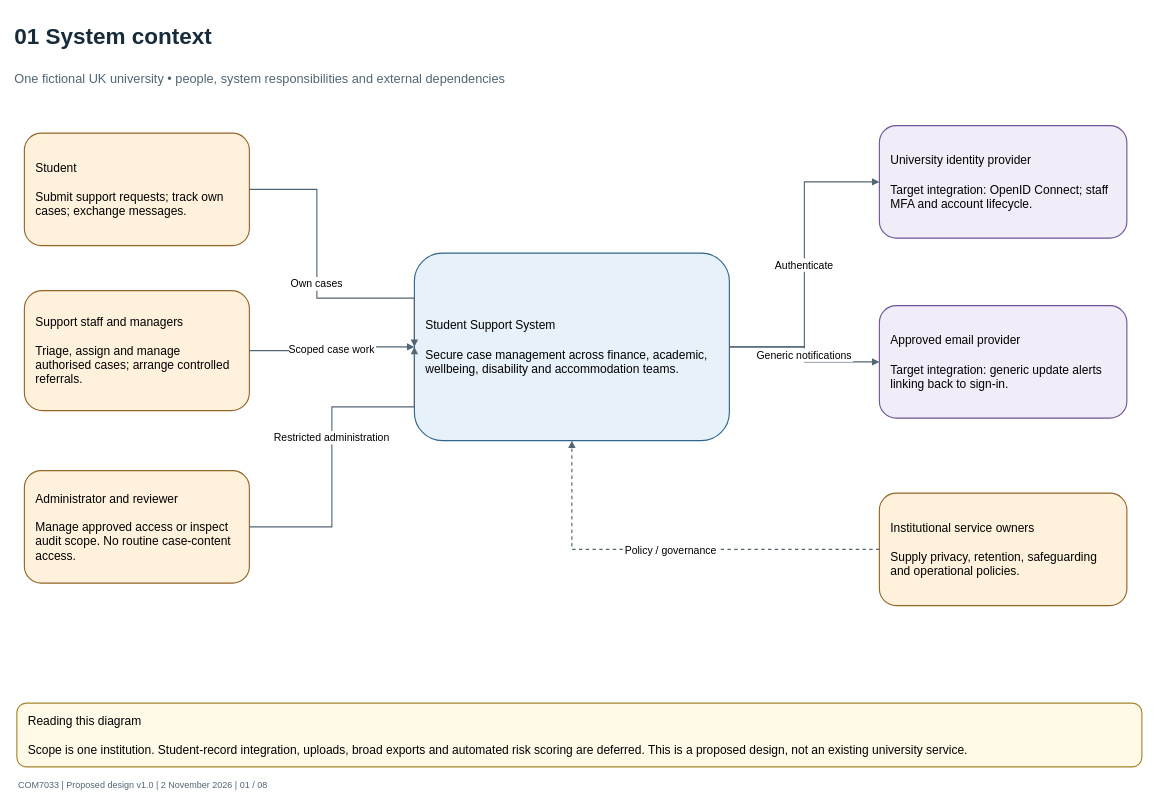
Before: page "01 System context" (1 of 8) of docs/architecture/student-support-architecture.drawio in JEGSON/student-support-system, a draw.io diagram. Source tidied: cells renumbered, new cells numbered last; positions are measured from the earlier drawing's top-left corner, leaving out a move shared by most shapes. Both pictures are drawn from the tidied source at 75%, with x=0, y=0 at pixel (13, 13).
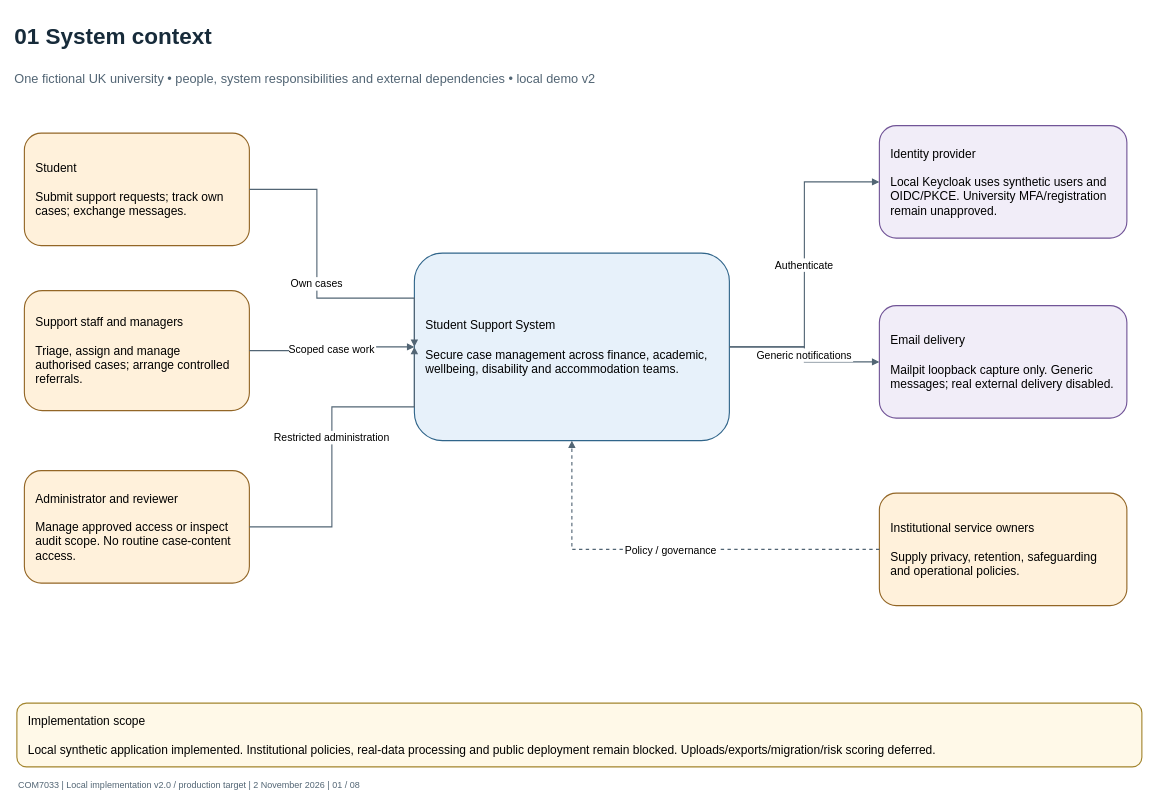
Above is the later version.

What changed in the source:
```diff
@@
-    <mxCell id="3" value="One fictional UK university • people, system responsibilities and external dependencies" style="text;html=0;align=left;verticalAlign=middle;fontSize=17;fontColor=#526574;whiteSpace=wrap;" parent="1" vertex="1">
+    <mxCell id="3" value="One fictional UK university • people, system responsibilities and external dependencies • local demo v2" style="text;html=0;align=left;verticalAlign=middle;fontSize=17;fontColor=#526574;whiteSpace=wrap;" parent="1" vertex="1">
       <mxGeometry y="65" width="1510" height="45" as="geometry" />
     </mxCell>
@@
-    <mxCell id="8" value="University identity provider&#10;&#10;Target integration: OpenID Connect; staff MFA and account lifecycle." style="rounded=1;html=0;whiteSpace=wrap;align=left;verticalAlign=middle;spacing=15;fontSize=16;fillColor=#f1edf8;strokeColor=#715497;strokeWidth=1.5;" parent="1" vertex="1">
+    <mxCell id="8" value="Identity provider&#10;&#10;Local Keycloak uses synthetic users and OIDC/PKCE. University MFA/registration remain unapproved." style="rounded=1;html=0;whiteSpace=wrap;align=left;verticalAlign=middle;spacing=15;fontSize=16;fillColor=#f1edf8;strokeColor=#715497;strokeWidth=1.5;" parent="1" vertex="1">
       <mxGeometry x="1155" y="150" width="330" height="150" as="geometry" />
     </mxCell>
-    <mxCell id="9" value="Approved email provider&#10;&#10;Target integration: generic update alerts linking back to sign-in." style="rounded=1;html=0;whiteSpace=wrap;align=left;verticalAlign=middle;spacing=15;fontSize=16;fillColor=#f1edf8;strokeColor=#715497;strokeWidth=1.5;" parent="1" vertex="1">
+    <mxCell id="9" value="Email delivery&#10;&#10;Mailpit loopback capture only. Generic messages; real external delivery disabled." style="rounded=1;html=0;whiteSpace=wrap;align=left;verticalAlign=middle;spacing=15;fontSize=16;fillColor=#f1edf8;strokeColor=#715497;strokeWidth=1.5;" parent="1" vertex="1">
       <mxGeometry x="1155" y="390" width="330" height="150" as="geometry" />
     </mxCell>
@@
-    <mxCell id="11" value="Reading this diagram&#10;&#10;Scope is one institution. Student-record integration, uploads, broad exports and automated risk scoring are deferred. This is a proposed design, not an existing university service." style="rounded=1;html=0;whiteSpace=wrap;align=left;verticalAlign=middle;spacing=15;fontSize=16;fillColor=#fff9e8;strokeColor=#a3852d;strokeWidth=1.5;" parent="1" vertex="1">
+    <mxCell id="11" value="Implementation scope&#10;&#10;Local synthetic application implemented. Institutional policies, real-data processing and public deployment remain blocked. Uploads/exports/migration/risk scoring deferred." style="rounded=1;html=0;whiteSpace=wrap;align=left;verticalAlign=middle;spacing=15;fontSize=16;fillColor=#fff9e8;strokeColor=#a3852d;strokeWidth=1.5;" parent="1" vertex="1">
       <mxGeometry x="5" y="920" width="1500" height="85" as="geometry" />
     </mxCell>
@@
-    <mxCell id="18" value="COM7033 | Proposed design v1.0 | 2 November 2026 | 01 / 08" style="text;html=0;align=left;fontSize=12;fontColor=#526574;" parent="1" vertex="1">
+    <mxCell id="18" value="COM7033 | Local implementation v2.0 / production target | 2 November 2026 | 01 / 08" style="text;html=0;align=left;fontSize=12;fontColor=#526574;" parent="1" vertex="1">
       <mxGeometry x="5" y="1015" width="1500" height="25" as="geometry" />
     </mxCell>
```
